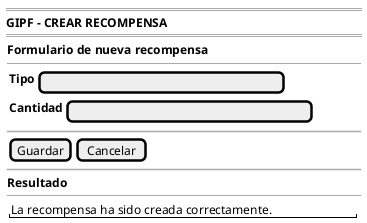
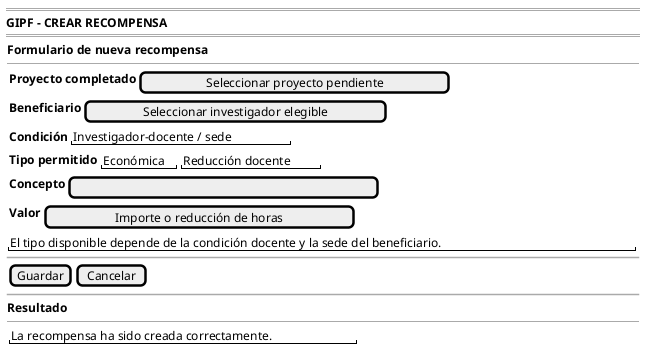
@startsalt crearRecompensa-wireframe
{
    ====
    <b>GIPF - CREAR RECOMPENSA</b>
    ====
    {
        <b>Formulario de nueva recompensa</b>
        --
        {
-             {<b>Tipo</b>     | [                              ]}
-             {<b>Cantidad</b> | [                              ]}
+             {<b>Proyecto completado</b> | [ Seleccionar proyecto pendiente       ]}
+             {<b>Beneficiario</b>        | [ Seleccionar investigador elegible   ]}
+             {<b>Condición</b>           | "Investigador-docente / sede"}
+             {<b>Tipo permitido</b>      | { "Económica" | "Reducción docente" }}
+             {<b>Concepto</b>            | [                                      ]}
+             {<b>Valor</b>               | [ Importe o reducción de horas         ]}
        }
+ 
+         "El tipo disponible depende de la condición docente y la sede del beneficiario."

        ~~

        {[Guardar] | [Cancelar]}

        ~~

        <b>Resultado</b>
        --
        {
            "La recompensa ha sido creada correctamente."
        }
    }
}
@endsalt
